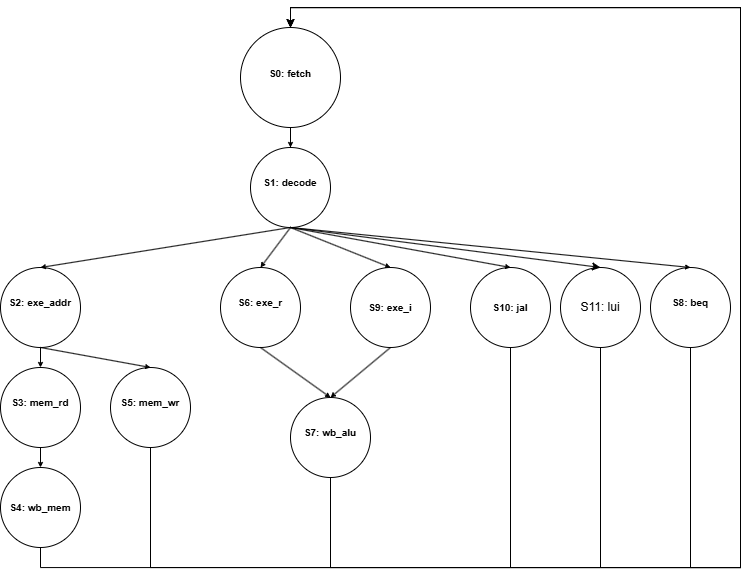
Before: docs/mc_fsm.drawio.png, a diagram exported from draw.io (linzhi-daphne-Li/Lab-Manual-RISC-V-2). Source tidied: cells renumbered, new cells last; positions are measured from the earlier drawing's top-left corner, leaving out a move shared by most shapes.
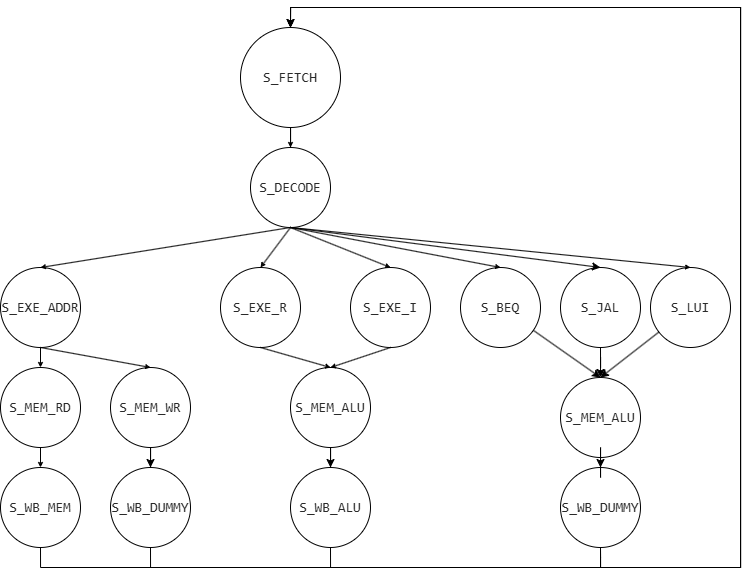
After the change.

Diff of the diagram source:
```diff
@@ -5,7 +5,7 @@
     <mxCell id="2" style="edgeStyle=orthogonalEdgeStyle;rounded=0;jettySize=auto;html=1;exitX=0.5;exitY=1;exitDx=0;exitDy=0;startSize=3;endSize=3;" parent="1" edge="1" source="3" target="10">
       <mxGeometry relative="1" as="geometry" />
     </mxCell>
-    <mxCell id="3" value="&lt;div style=&quot;line-height: 60%;&quot;&gt;&lt;font style=&quot;font-size: 10px; line-height: 60%;&quot;&gt;&lt;b&gt;S0: fetch&lt;/b&gt;&lt;/font&gt;&lt;div&gt;&lt;br&gt;&lt;/div&gt;&lt;/div&gt;" style="ellipse;whiteSpace=wrap;html=1;fillColor=none;strokeColor=default;" parent="1" vertex="1">
+    <mxCell id="3" value="&lt;div style=&quot;line-height: 60%;&quot;&gt;&lt;div&gt;&lt;div style=&quot;color: rgb(41, 41, 41); background-color: rgb(255, 255, 255); font-family: Consolas, &amp;quot;Courier New&amp;quot;, monospace; font-size: 14px; line-height: 19px; white-space: pre;&quot;&gt;S_FETCH&lt;/div&gt;&lt;/div&gt;&lt;/div&gt;" style="ellipse;whiteSpace=wrap;html=1;fillColor=none;strokeColor=default;" parent="1" vertex="1">
       <mxGeometry x="240" y="20" width="100" height="100" as="geometry" />
     </mxCell>
     <mxCell id="4" style="rounded=0;jettySize=auto;html=1;exitX=0.5;exitY=1;exitDx=0;exitDy=0;entryX=0.5;entryY=0;entryDx=0;entryDy=0;startSize=3;endSize=3;" parent="1" edge="1" source="10" target="13">
@@ -26,7 +26,7 @@
     <mxCell id="9" style="rounded=0;jettySize=auto;html=1;entryX=0.5;entryY=0;entryDx=0;entryDy=0;exitX=0.5;exitY=1;exitDx=0;exitDy=0;" parent="1" edge="1" source="10" target="31">
       <mxGeometry relative="1" as="geometry" />
     </mxCell>
-    <mxCell id="10" value="&lt;div style=&quot;line-height: 80%;&quot;&gt;&lt;font style=&quot;font-size: 10px; line-height: 80%;&quot;&gt;&lt;b&gt;S1: decode&lt;/b&gt;&lt;/font&gt;&lt;div&gt;&lt;br&gt;&lt;/div&gt;&lt;/div&gt;" style="ellipse;whiteSpace=wrap;html=1;fillColor=none;strokeColor=default;" parent="1" vertex="1">
+    <mxCell id="10" value="&lt;div style=&quot;line-height: 80%;&quot;&gt;&lt;div&gt;&lt;div style=&quot;color: rgb(41, 41, 41); background-color: rgb(255, 255, 255); font-family: Consolas, &amp;quot;Courier New&amp;quot;, monospace; font-size: 14px; line-height: 19px; white-space: pre;&quot;&gt;S_DECODE&lt;/div&gt;&lt;/div&gt;&lt;/div&gt;" style="ellipse;whiteSpace=wrap;html=1;fillColor=none;strokeColor=default;" parent="1" vertex="1">
       <mxGeometry x="250" y="140" width="80" height="80" as="geometry" />
     </mxCell>
     <mxCell id="11" style="edgeStyle=orthogonalEdgeStyle;rounded=0;jettySize=auto;html=1;exitX=0.5;exitY=1;exitDx=0;exitDy=0;entryX=0.5;entryY=0;entryDx=0;entryDy=0;startSize=3;endSize=3;" parent="1" edge="1" source="13" target="15">
@@ -35,13 +35,13 @@
     <mxCell id="12" style="rounded=0;jettySize=auto;html=1;exitX=0.5;exitY=1;exitDx=0;exitDy=0;entryX=0.5;entryY=0;entryDx=0;entryDy=0;startSize=3;endSize=3;" parent="1" edge="1" source="13" target="19">
       <mxGeometry relative="1" as="geometry" />
     </mxCell>
-    <mxCell id="13" value="&lt;div style=&quot;line-height: 80%;&quot;&gt;&lt;font style=&quot;font-size: 10px; line-height: 80%;&quot;&gt;&lt;b&gt;S2: exe_addr&lt;/b&gt;&lt;/font&gt;&lt;div&gt;&lt;br&gt;&lt;/div&gt;&lt;/div&gt;" style="ellipse;whiteSpace=wrap;html=1;fillColor=none;strokeColor=default;" parent="1" vertex="1">
+    <mxCell id="13" value="&lt;div style=&quot;line-height: 80%;&quot;&gt;&lt;div&gt;&lt;div style=&quot;color: rgb(41, 41, 41); background-color: rgb(255, 255, 255); font-family: Consolas, &amp;quot;Courier New&amp;quot;, monospace; font-size: 14px; line-height: 19px; white-space: pre;&quot;&gt;S_EXE_ADDR&lt;/div&gt;&lt;/div&gt;&lt;/div&gt;" style="ellipse;whiteSpace=wrap;html=1;fillColor=none;strokeColor=default;" parent="1" vertex="1">
       <mxGeometry y="260" width="80" height="80" as="geometry" />
     </mxCell>
     <mxCell id="14" style="edgeStyle=orthogonalEdgeStyle;rounded=0;jettySize=auto;html=1;exitX=0.5;exitY=1;exitDx=0;exitDy=0;entryX=0.5;entryY=0;entryDx=0;entryDy=0;startSize=3;endSize=3;" parent="1" edge="1" source="15" target="17">
       <mxGeometry relative="1" as="geometry" />
     </mxCell>
-    <mxCell id="15" value="&lt;div style=&quot;line-height: 80%;&quot;&gt;&lt;font style=&quot;font-size: 10px; line-height: 80%;&quot;&gt;&lt;b&gt;S3: mem_rd&lt;/b&gt;&lt;/font&gt;&lt;div&gt;&lt;br&gt;&lt;/div&gt;&lt;/div&gt;" style="ellipse;whiteSpace=wrap;html=1;fillColor=none;strokeColor=default;" parent="1" vertex="1">
+    <mxCell id="15" value="&lt;div style=&quot;line-height: 80%;&quot;&gt;&lt;div&gt;&lt;div style=&quot;color: rgb(41, 41, 41); background-color: rgb(255, 255, 255); font-family: Consolas, &amp;quot;Courier New&amp;quot;, monospace; font-size: 14px; line-height: 19px; white-space: pre;&quot;&gt;S_MEM_RD&lt;/div&gt;&lt;/div&gt;&lt;/div&gt;" style="ellipse;whiteSpace=wrap;html=1;fillColor=none;strokeColor=default;" parent="1" vertex="1">
       <mxGeometry y="360" width="80" height="80" as="geometry" />
     </mxCell>
     <mxCell id="16" style="edgeStyle=orthogonalEdgeStyle;rounded=0;jettySize=auto;html=1;exitX=0.5;exitY=1;exitDx=0;exitDy=0;entryX=0.5;entryY=0;entryDx=0;entryDy=0;endSize=3;startSize=3;" parent="1" edge="1" source="17" target="3">
@@ -54,10 +54,10 @@
         </Array>
       </mxGeometry>
     </mxCell>
-    <mxCell id="17" value="&lt;div style=&quot;line-height: 80%;&quot;&gt;&lt;font style=&quot;font-size: 10px; line-height: 80%;&quot;&gt;&lt;b&gt;S4: wb_mem&lt;/b&gt;&lt;/font&gt;&lt;/div&gt;" style="ellipse;whiteSpace=wrap;html=1;fillColor=none;strokeColor=default;" parent="1" vertex="1">
+    <mxCell id="17" value="&lt;div style=&quot;line-height: 80%;&quot;&gt;&lt;div style=&quot;color: rgb(41, 41, 41); background-color: rgb(255, 255, 255); font-family: Consolas, &amp;quot;Courier New&amp;quot;, monospace; font-size: 14px; line-height: 19px; white-space: pre;&quot;&gt;S_WB_MEM&lt;/div&gt;&lt;/div&gt;" style="ellipse;whiteSpace=wrap;html=1;fillColor=none;strokeColor=default;" parent="1" vertex="1">
       <mxGeometry y="460" width="80" height="80" as="geometry" />
     </mxCell>
-    <mxCell id="18" style="edgeStyle=orthogonalEdgeStyle;rounded=0;jettySize=auto;html=1;exitX=0.5;exitY=1;exitDx=0;exitDy=0;entryX=0.5;entryY=0;entryDx=0;entryDy=0;endSize=3;startSize=3;" parent="1" edge="1" source="19" target="3">
+    <mxCell id="18" style="edgeStyle=orthogonalEdgeStyle;rounded=0;jettySize=auto;html=1;entryX=0.5;entryY=0;entryDx=0;entryDy=0;endSize=3;startSize=3;exitX=0.5;exitY=1;exitDx=0;exitDy=0;" parent="1" edge="1" source="37" target="3">
       <mxGeometry relative="1" as="geometry">
         <Array as="points">
           <mxPoint x="150" y="560" />
@@ -67,16 +67,19 @@
         </Array>
       </mxGeometry>
     </mxCell>
+    <mxCell id="32" style="edgeStyle=orthogonalEdgeStyle;rounded=0;jettySize=auto;html=1;entryX=0.5;entryY=0;entryDx=0;entryDy=0;" parent="1" edge="1" source="19" target="37">
+      <mxGeometry relative="1" as="geometry" />
+    </mxCell>
-    <mxCell id="19" value="&lt;div style=&quot;line-height: 80%;&quot;&gt;&lt;font style=&quot;font-size: 10px; line-height: 80%;&quot;&gt;&lt;b&gt;S5: mem_wr&lt;/b&gt;&lt;/font&gt;&lt;div&gt;&lt;br&gt;&lt;/div&gt;&lt;/div&gt;" style="ellipse;whiteSpace=wrap;html=1;fillColor=none;strokeColor=default;" parent="1" vertex="1">
+    <mxCell id="19" value="&lt;div style=&quot;line-height: 80%;&quot;&gt;&lt;div&gt;&lt;div style=&quot;color: rgb(41, 41, 41); background-color: rgb(255, 255, 255); font-family: Consolas, &amp;quot;Courier New&amp;quot;, monospace; font-size: 14px; line-height: 19px; white-space: pre;&quot;&gt;S_MEM_WR&lt;/div&gt;&lt;/div&gt;&lt;/div&gt;" style="ellipse;whiteSpace=wrap;html=1;fillColor=none;strokeColor=default;" parent="1" vertex="1">
       <mxGeometry x="110" y="360" width="80" height="80" as="geometry" />
     </mxCell>
     <mxCell id="20" style="rounded=0;jettySize=auto;html=1;exitX=0.5;exitY=1;exitDx=0;exitDy=0;entryX=0.5;entryY=0;entryDx=0;entryDy=0;endSize=3;startSize=3;" parent="1" edge="1" source="21" target="23">
       <mxGeometry relative="1" as="geometry" />
     </mxCell>
-    <mxCell id="21" value="&lt;div style=&quot;line-height: 80%;&quot;&gt;&lt;font style=&quot;font-size: 10px; line-height: 80%;&quot;&gt;&lt;b&gt;S6: exe_r&lt;/b&gt;&lt;/font&gt;&lt;div&gt;&lt;br&gt;&lt;/div&gt;&lt;/div&gt;" style="ellipse;whiteSpace=wrap;html=1;fillColor=none;strokeColor=default;" parent="1" vertex="1">
+    <mxCell id="21" value="&lt;div style=&quot;line-height: 80%;&quot;&gt;&lt;div&gt;&lt;div style=&quot;color: rgb(41, 41, 41); background-color: rgb(255, 255, 255); font-family: Consolas, &amp;quot;Courier New&amp;quot;, monospace; font-size: 14px; line-height: 19px; white-space: pre;&quot;&gt;S_EXE_R&lt;/div&gt;&lt;/div&gt;&lt;/div&gt;" style="ellipse;whiteSpace=wrap;html=1;fillColor=none;strokeColor=default;" parent="1" vertex="1">
       <mxGeometry x="220" y="260" width="80" height="80" as="geometry" />
     </mxCell>
-    <mxCell id="22" style="edgeStyle=orthogonalEdgeStyle;rounded=0;jettySize=auto;html=1;exitX=0.5;exitY=1;exitDx=0;exitDy=0;entryX=0.5;entryY=0;entryDx=0;entryDy=0;" parent="1" edge="1" source="23" target="3">
+    <mxCell id="22" style="edgeStyle=orthogonalEdgeStyle;rounded=0;jettySize=auto;html=1;entryX=0.5;entryY=0;entryDx=0;entryDy=0;exitX=0.5;exitY=1;exitDx=0;exitDy=0;" parent="1" edge="1" source="38" target="3">
       <mxGeometry relative="1" as="geometry">
         <Array as="points">
           <mxPoint x="330" y="560" />
@@ -86,43 +89,77 @@
         </Array>
       </mxGeometry>
     </mxCell>
+    <mxCell id="33" style="edgeStyle=orthogonalEdgeStyle;rounded=0;jettySize=auto;html=1;entryX=0.5;entryY=0;entryDx=0;entryDy=0;" parent="1" edge="1" source="23" target="38">
+      <mxGeometry relative="1" as="geometry" />
+    </mxCell>
-    <mxCell id="23" value="&lt;div style=&quot;line-height: 80%;&quot;&gt;&lt;font style=&quot;font-size: 10px; line-height: 80%;&quot;&gt;&lt;b&gt;S7: wb_alu&lt;/b&gt;&lt;/font&gt;&lt;div&gt;&lt;br&gt;&lt;/div&gt;&lt;/div&gt;" style="ellipse;whiteSpace=wrap;html=1;fillColor=none;strokeColor=default;" parent="1" vertex="1">
-      <mxGeometry x="290" y="390" width="80" height="80" as="geometry" />
+    <mxCell id="23" value="&lt;div style=&quot;line-height: 80%;&quot;&gt;&lt;div&gt;&lt;div style=&quot;color: rgb(41, 41, 41); background-color: rgb(255, 255, 255); font-family: Consolas, &amp;quot;Courier New&amp;quot;, monospace; font-size: 14px; line-height: 19px; white-space: pre;&quot;&gt;S_MEM_ALU&lt;/div&gt;&lt;/div&gt;&lt;/div&gt;" style="ellipse;whiteSpace=wrap;html=1;fillColor=none;strokeColor=default;" parent="1" vertex="1">
+      <mxGeometry x="290" y="360" width="80" height="80" as="geometry" />
     </mxCell>
-    <mxCell id="24" style="edgeStyle=orthogonalEdgeStyle;rounded=0;jettySize=auto;html=1;exitX=0.5;exitY=1;exitDx=0;exitDy=0;entryX=0.5;entryY=0;entryDx=0;entryDy=0;" parent="1" edge="1" source="25" target="3">
+    <mxCell id="24" style="edgeStyle=orthogonalEdgeStyle;rounded=0;jettySize=auto;html=1;entryX=0.5;entryY=0;entryDx=0;entryDy=0;exitX=0.5;exitY=1;exitDx=0;exitDy=0;" parent="1" edge="1" source="41" target="3">
       <mxGeometry relative="1" as="geometry">
         <Array as="points">
-          <mxPoint x="690" y="560" />
+          <mxPoint x="600" y="560" />
           <mxPoint x="740" y="560" />
           <mxPoint x="740" />
           <mxPoint x="290" />
         </Array>
       </mxGeometry>
     </mxCell>
+    <mxCell id="34" style="rounded=0;jettySize=auto;html=1;entryX=0.5;entryY=0;entryDx=0;entryDy=0;" parent="1" edge="1" source="25" target="40">
+      <mxGeometry relative="1" as="geometry" />
+    </mxCell>
-    <mxCell id="25" value="&lt;div style=&quot;line-height: 80%;&quot;&gt;&lt;font style=&quot;font-size: 10px; line-height: 80%;&quot;&gt;&lt;b&gt;S8: beq&lt;/b&gt;&lt;/font&gt;&lt;div&gt;&lt;br&gt;&lt;/div&gt;&lt;/div&gt;" style="ellipse;whiteSpace=wrap;html=1;fillColor=none;strokeColor=default;" parent="1" vertex="1">
+    <mxCell id="25" value="&lt;div style=&quot;line-height: 80%;&quot;&gt;&lt;div&gt;&lt;div style=&quot;color: rgb(41, 41, 41); background-color: rgb(255, 255, 255); font-family: Consolas, &amp;quot;Courier New&amp;quot;, monospace; font-size: 14px; line-height: 19px; white-space: pre;&quot;&gt;S_LUI&lt;/div&gt;&lt;/div&gt;&lt;/div&gt;" style="ellipse;whiteSpace=wrap;html=1;fillColor=none;strokeColor=default;" parent="1" vertex="1">
       <mxGeometry x="650" y="260" width="80" height="80" as="geometry" />
     </mxCell>
     <mxCell id="26" style="rounded=0;jettySize=auto;html=1;exitX=0.5;exitY=1;exitDx=0;exitDy=0;entryX=0.5;entryY=0;entryDx=0;entryDy=0;startSize=3;endSize=3;" parent="1" edge="1" source="27" target="23">
       <mxGeometry relative="1" as="geometry" />
     </mxCell>
-    <mxCell id="27" value="&lt;div style=&quot;line-height: 80%;&quot;&gt;&lt;font style=&quot;font-size: 10px; line-height: 80%;&quot;&gt;&lt;b&gt;S9: exe_i&lt;/b&gt;&lt;/font&gt;&lt;/div&gt;" style="ellipse;whiteSpace=wrap;html=1;fillColor=none;strokeColor=default;" parent="1" vertex="1">
+    <mxCell id="27" value="&lt;div style=&quot;line-height: 80%;&quot;&gt;&lt;div style=&quot;color: rgb(41, 41, 41); background-color: rgb(255, 255, 255); font-family: Consolas, &amp;quot;Courier New&amp;quot;, monospace; font-size: 14px; line-height: 19px; white-space: pre;&quot;&gt;S_EXE_I&lt;/div&gt;&lt;/div&gt;" style="ellipse;whiteSpace=wrap;html=1;fillColor=none;strokeColor=default;" parent="1" vertex="1">
       <mxGeometry x="350" y="260" width="80" height="80" as="geometry" />
     </mxCell>
-    <mxCell id="28" style="edgeStyle=orthogonalEdgeStyle;rounded=0;jettySize=auto;html=1;endArrow=none;endFill=0;" parent="1" edge="1" source="29">
+    <mxCell id="28" style="edgeStyle=orthogonalEdgeStyle;rounded=0;jettySize=auto;html=1;endArrow=none;endFill=0;exitX=0.5;exitY=1;exitDx=0;exitDy=0;" parent="1" edge="1" source="41">
       <mxGeometry relative="1" as="geometry">
         <mxPoint x="510" y="560" as="targetPoint" />
+        <Array as="points">
+          <mxPoint x="600" y="560" />
+        </Array>
       </mxGeometry>
     </mxCell>
+    <mxCell id="35" style="rounded=0;jettySize=auto;html=1;entryX=0.5;entryY=0;entryDx=0;entryDy=0;" parent="1" edge="1" source="29" target="40">
+      <mxGeometry relative="1" as="geometry" />
+    </mxCell>
-    <mxCell id="29" value="&lt;div style=&quot;line-height: 80%;&quot;&gt;&lt;font style=&quot;font-size: 10px; line-height: 80%;&quot;&gt;&lt;b&gt;S10: jal&lt;/b&gt;&lt;/font&gt;&lt;/div&gt;" style="ellipse;whiteSpace=wrap;html=1;fillColor=none;strokeColor=default;" parent="1" vertex="1">
-      <mxGeometry x="470" y="260" width="80" height="80" as="geometry" />
+    <mxCell id="29" value="&lt;div style=&quot;line-height: 80%;&quot;&gt;&lt;div style=&quot;color: rgb(41, 41, 41); background-color: rgb(255, 255, 255); font-family: Consolas, &amp;quot;Courier New&amp;quot;, monospace; font-size: 14px; line-height: 19px; white-space: pre;&quot;&gt;S_BEQ&lt;/div&gt;&lt;/div&gt;" style="ellipse;whiteSpace=wrap;html=1;fillColor=none;strokeColor=default;" parent="1" vertex="1">
+      <mxGeometry x="460" y="260" width="80" height="80" as="geometry" />
     </mxCell>
-    <mxCell id="30" style="edgeStyle=orthogonalEdgeStyle;rounded=0;jettySize=auto;html=1;endArrow=none;endFill=0;" parent="1" edge="1" source="31">
+    <mxCell id="30" style="edgeStyle=orthogonalEdgeStyle;rounded=0;jettySize=auto;html=1;endArrow=none;endFill=0;exitX=0.5;exitY=1;exitDx=0;exitDy=0;" parent="1" edge="1" source="41">
       <mxGeometry relative="1" as="geometry">
         <mxPoint x="600" y="560" as="targetPoint" />
+        <Array as="points">
+          <mxPoint x="600" y="550" />
+          <mxPoint x="600" y="550" />
+        </Array>
       </mxGeometry>
     </mxCell>
+    <mxCell id="36" style="edgeStyle=orthogonalEdgeStyle;rounded=0;jettySize=auto;html=1;" parent="1" edge="1" source="31" target="40">
+      <mxGeometry relative="1" as="geometry" />
+    </mxCell>
-    <mxCell id="31" value="&lt;div style=&quot;line-height: 80%;&quot;&gt;S11: lui&lt;/div&gt;" style="ellipse;whiteSpace=wrap;html=1;fillColor=none;strokeColor=default;" parent="1" vertex="1">
+    <mxCell id="31" value="&lt;div style=&quot;line-height: 80%;&quot;&gt;&lt;div style=&quot;color: rgb(41, 41, 41); background-color: rgb(255, 255, 255); font-family: Consolas, &amp;quot;Courier New&amp;quot;, monospace; font-size: 14px; line-height: 19px; white-space: pre;&quot;&gt;S_JAL&lt;/div&gt;&lt;/div&gt;" style="ellipse;whiteSpace=wrap;html=1;fillColor=none;strokeColor=default;" parent="1" vertex="1">
       <mxGeometry x="560" y="260" width="80" height="80" as="geometry" />
     </mxCell>
+    <mxCell id="37" value="&lt;div style=&quot;line-height: 80%;&quot;&gt;&lt;div style=&quot;color: rgb(41, 41, 41); background-color: rgb(255, 255, 255); font-family: Consolas, &amp;quot;Courier New&amp;quot;, monospace; font-size: 14px; line-height: 19px; white-space: pre;&quot;&gt;S_WB_DUMMY&lt;/div&gt;&lt;/div&gt;" style="ellipse;whiteSpace=wrap;html=1;fillColor=none;strokeColor=default;" parent="1" vertex="1">
+      <mxGeometry x="110" y="460" width="80" height="80" as="geometry" />
+    </mxCell>
+    <mxCell id="38" value="&lt;div style=&quot;line-height: 80%;&quot;&gt;&lt;div style=&quot;color: rgb(41, 41, 41); background-color: rgb(255, 255, 255); font-family: Consolas, &amp;quot;Courier New&amp;quot;, monospace; font-size: 14px; line-height: 19px; white-space: pre;&quot;&gt;&lt;div style=&quot;line-height: 19px;&quot;&gt;S_WB_ALU&lt;/div&gt;&lt;/div&gt;&lt;/div&gt;" style="ellipse;whiteSpace=wrap;html=1;fillColor=none;strokeColor=default;" parent="1" vertex="1">
+      <mxGeometry x="290" y="460" width="80" height="80" as="geometry" />
+    </mxCell>
+    <mxCell id="39" style="edgeStyle=orthogonalEdgeStyle;rounded=0;jettySize=auto;html=1;entryX=0.5;entryY=0;entryDx=0;entryDy=0;" parent="1" edge="1" source="40" target="41">
+      <mxGeometry relative="1" as="geometry" />
+    </mxCell>
+    <mxCell id="40" value="&lt;div style=&quot;line-height: 80%;&quot;&gt;&lt;div&gt;&lt;div style=&quot;color: rgb(41, 41, 41); background-color: rgb(255, 255, 255); font-family: Consolas, &amp;quot;Courier New&amp;quot;, monospace; font-size: 14px; line-height: 19px; white-space: pre;&quot;&gt;S_MEM_ALU&lt;/div&gt;&lt;/div&gt;&lt;/div&gt;" style="ellipse;whiteSpace=wrap;html=1;fillColor=none;strokeColor=default;" parent="1" vertex="1">
+      <mxGeometry x="560" y="370" width="80" height="80" as="geometry" />
+    </mxCell>
+    <mxCell id="41" value="&lt;div style=&quot;line-height: 80%;&quot;&gt;&lt;div style=&quot;color: rgb(41, 41, 41); background-color: rgb(255, 255, 255); font-family: Consolas, &amp;quot;Courier New&amp;quot;, monospace; font-size: 14px; line-height: 19px; white-space: pre;&quot;&gt;S_WB_DUMMY&lt;/div&gt;&lt;/div&gt;" style="ellipse;whiteSpace=wrap;html=1;fillColor=none;strokeColor=default;" parent="1" vertex="1">
+      <mxGeometry x="560" y="460" width="80" height="80" as="geometry" />
+    </mxCell>
   </root>
 </mxGraphModel>
```
